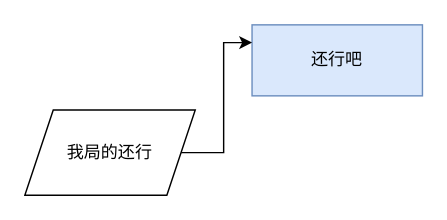
Before: Untitled Diagram.drawio in mannixchen/Pics, a draw.io diagram. Source tidied: cells renumbered, new cells numbered last; positions are measured from the earlier drawing's top-left corner, leaving out a move shared by most shapes. Both pictures are drawn from the tidied source at 142%, with x=0, y=0 at pixel (24, 24).
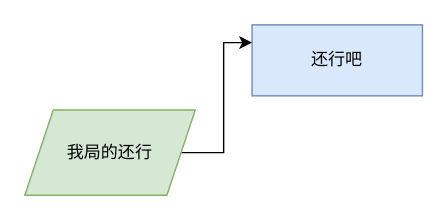
Above is the later version.

Change to the diagram source:
```diff
@@
 <mxGraphModel>
   <root>
     <mxCell id="0" />
     <mxCell id="1" parent="0" />
     <mxCell id="2" value="还行吧" style="rounded=0;whiteSpace=wrap;html=1;fillColor=#dae8fc;strokeColor=#6c8ebf;" parent="1" vertex="1">
       <mxGeometry x="160" width="120" height="50" as="geometry" />
     </mxCell>
     <mxCell id="3" style="edgeStyle=orthogonalEdgeStyle;rounded=0;jettySize=auto;html=1;entryX=0;entryY=0.25;entryDx=0;entryDy=0;" parent="1" edge="1" source="4" target="2">
       <mxGeometry relative="1" as="geometry" />
     </mxCell>
-    <mxCell id="4" value="我局的还行" style="shape=parallelogram;perimeter=parallelogramPerimeter;whiteSpace=wrap;html=1;fixedSize=1;" parent="1" vertex="1">
+    <mxCell id="4" value="我局的还行" style="shape=parallelogram;perimeter=parallelogramPerimeter;whiteSpace=wrap;html=1;fixedSize=1;fillColor=#d5e8d4;strokeColor=#82b366;" parent="1" vertex="1">
       <mxGeometry y="60" width="120" height="60" as="geometry" />
     </mxCell>
   </root>
 </mxGraphModel>
```
